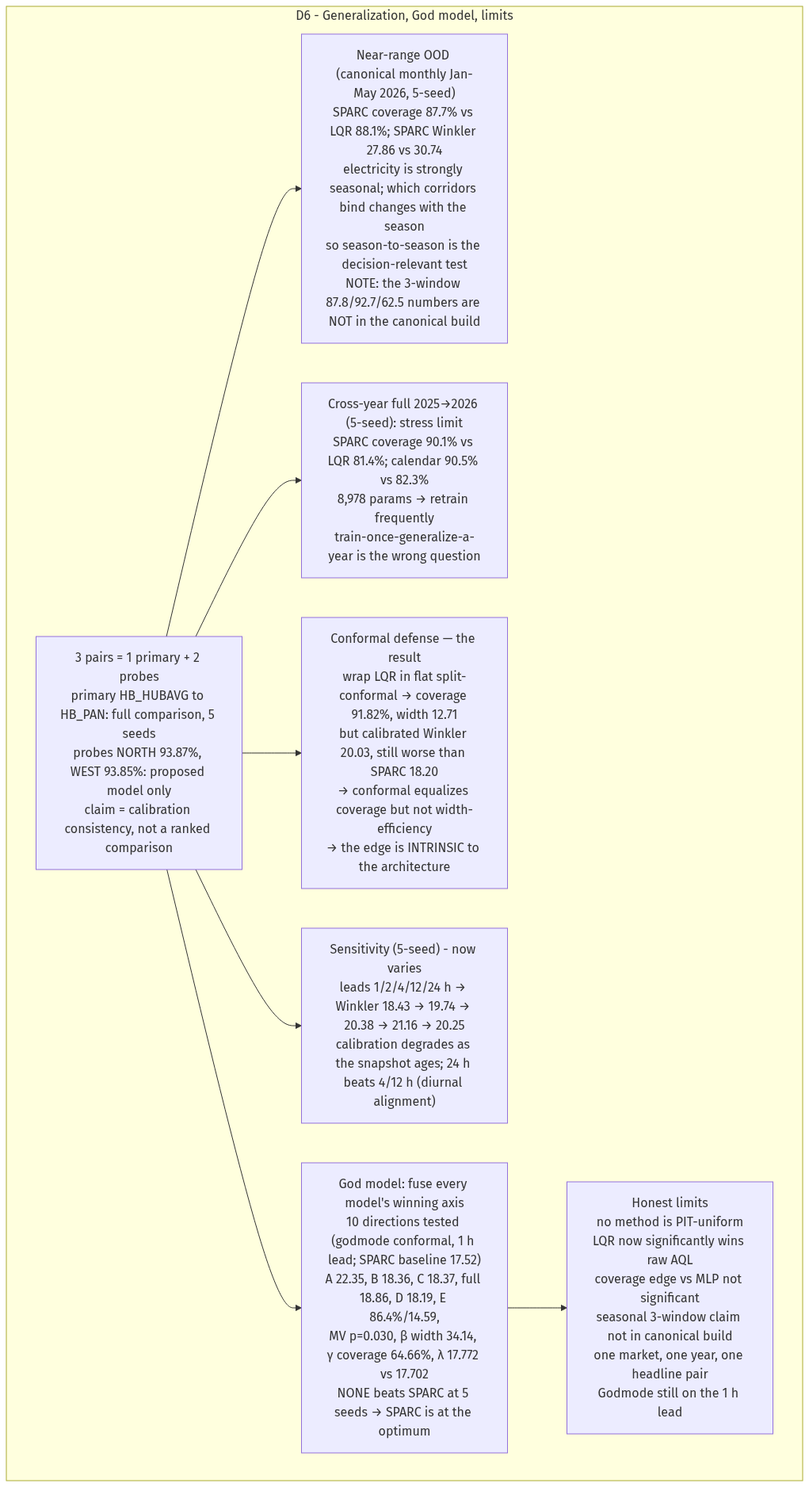
Before: docs/explanation/06-sparc-flow-07-G_D6.png, a diagram exported from Mermaid (L1ZLe/ercot-casp-paper). Its source is kept beside it as docs/explanation/06-sparc-flow-07-G_D6.mmd.
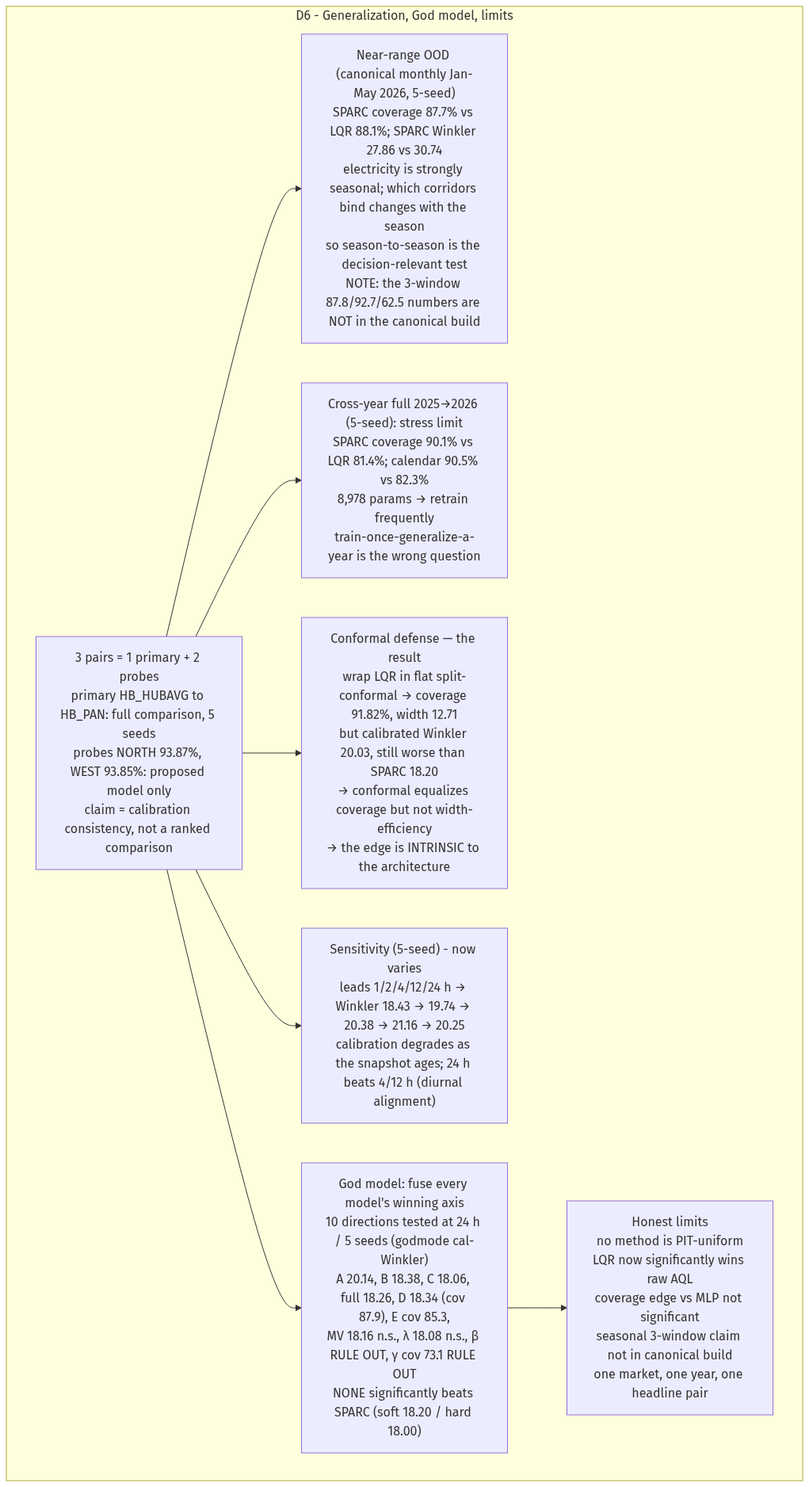
Above is the later version.

Change to the diagram source:
```diff
@@ -5,6 +5,6 @@
     PAIRS --> XY["Cross-year full 2025→2026 (5-seed): stress limit<br/>SPARC coverage 90.1% vs LQR 81.4%; calendar 90.5% vs 82.3%<br/>8,978 params → retrain frequently<br/>train-once-generalize-a-year is the wrong question"]
     PAIRS --> CONF["Conformal defense — the result<br/>wrap LQR in flat split-conformal → coverage 91.82%, width 12.71<br/>but calibrated Winkler 20.03, still worse than SPARC 18.20<br/>→ conformal equalizes coverage but not width-efficiency<br/>→ the edge is INTRINSIC to the architecture"]
     PAIRS --> SENS["Sensitivity (5-seed) - now varies<br/>leads 1/2/4/12/24 h → Winkler 18.43 → 19.74 → 20.38 → 21.16 → 20.25<br/>calibration degrades as the snapshot ages; 24 h beats 4/12 h (diurnal alignment)"]
-    PAIRS --> GOD["God model: fuse every model's winning axis<br/>10 directions tested (godmode conformal, 1 h lead; SPARC baseline 17.52)<br/>A 22.35, B 18.36, C 18.37, full 18.86, D 18.19, E 86.4%/14.59,<br/>MV p=0.030, β width 34.14, γ coverage 64.66%, λ 17.772 vs 17.702<br/>NONE beats SPARC at 5 seeds → SPARC is at the optimum"]
-    GOD --> LIM["Honest limits<br/>no method is PIT-uniform<br/>LQR now significantly wins raw AQL<br/>coverage edge vs MLP not significant<br/>seasonal 3-window claim not in canonical build<br/>one market, one year, one headline pair<br/>Godmode still on the 1 h lead"]
+    PAIRS --> GOD["God model: fuse every model's winning axis<br/>10 directions tested at 24 h / 5 seeds (godmode cal-Winkler)<br/>A 20.14, B 18.38, C 18.06, full 18.26, D 18.34 (cov 87.9), E cov 85.3,<br/>MV 18.16 n.s., λ 18.08 n.s., β RULE OUT, γ cov 73.1 RULE OUT<br/>NONE significantly beats SPARC (soft 18.20 / hard 18.00)"]
+    GOD --> LIM["Honest limits<br/>no method is PIT-uniform<br/>LQR now significantly wins raw AQL<br/>coverage edge vs MLP not significant<br/>seasonal 3-window claim not in canonical build<br/>one market, one year, one headline pair"]
   end
```
